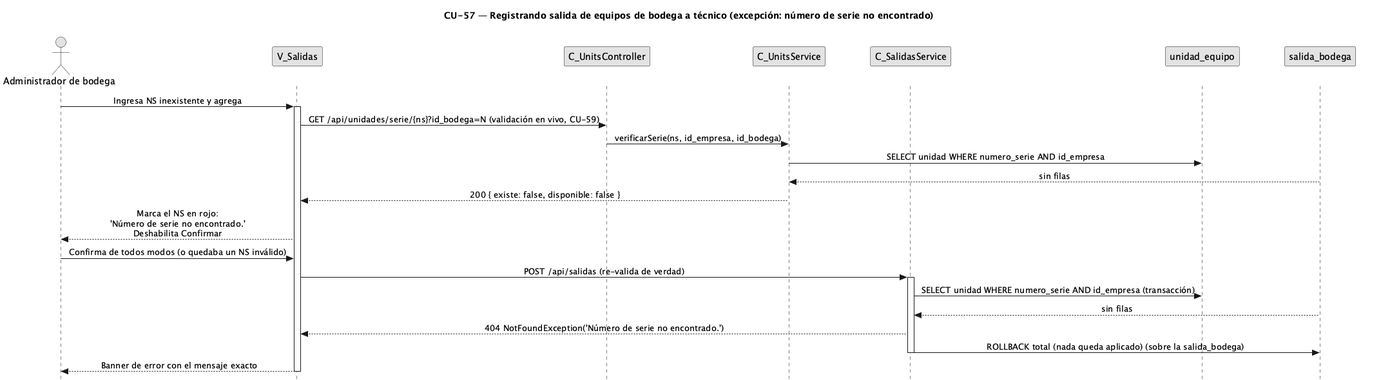
This is diagramas/diagramas-secuencia/CU57/CU57-exc-ns-no-encontrado.png from FSM-Finet-y-Cable-Magico/Team_1-Inventario-y-Bodega, a PlantUML export, as it was before one commit.
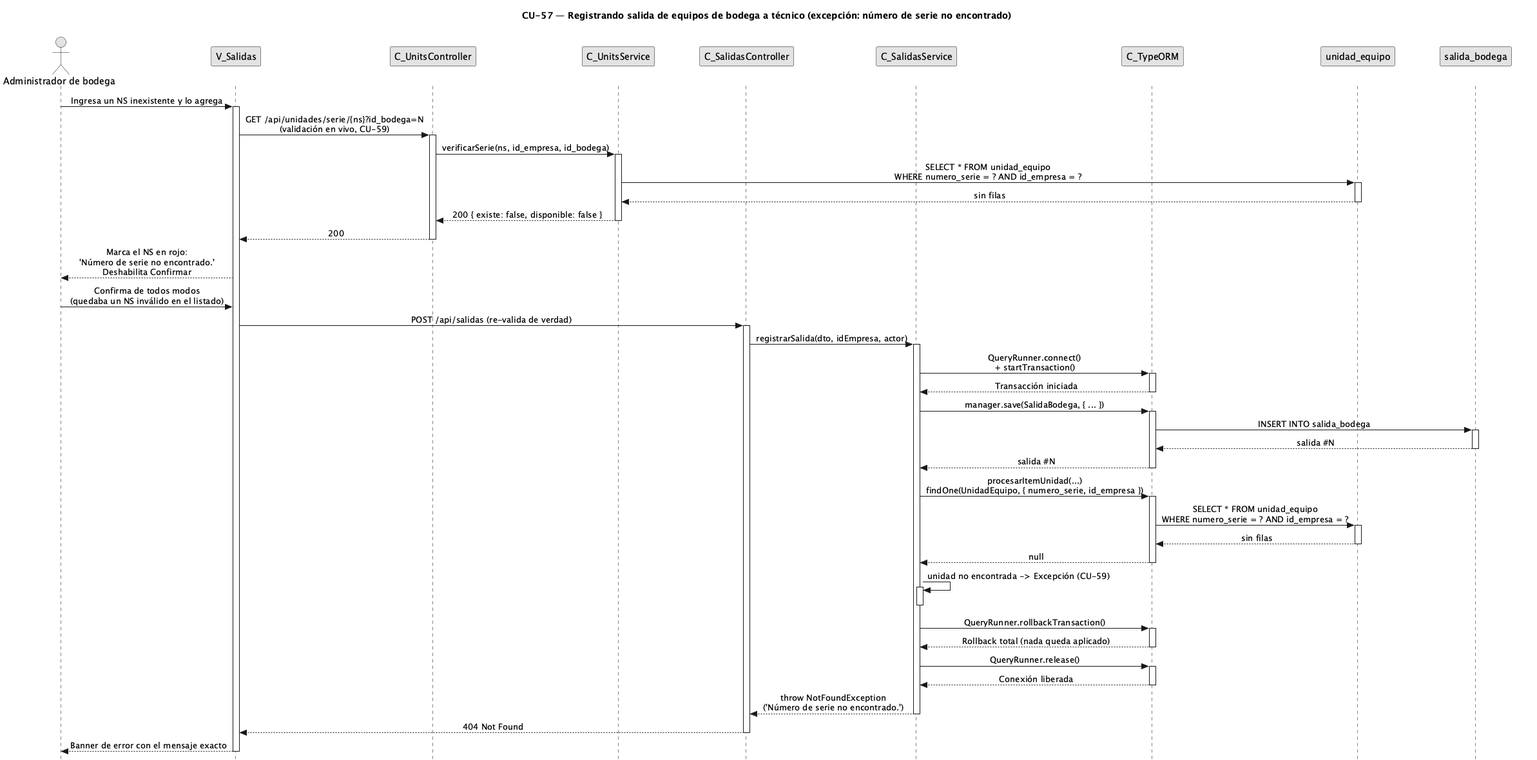
After the commit.

What changed in the source:
```diff
@@ -24,27 +24,85 @@
 participant "V_Salidas" as view
 participant "C_UnitsController" as uctrl
 participant "C_UnitsService" as usvc
+participant "C_SalidasController" as ctrl
 participant "C_SalidasService" as svc
+participant "C_TypeORM" as orm
 participant "unidad_equipo" as uent
 participant "salida_bodega" as sald
 
-user -> view : Ingresa NS inexistente y agrega
+user -> view : Ingresa un NS inexistente y lo agrega
 activate view
-view -> uctrl : GET /api/unidades/serie/{ns}?id_bodega=N (validación en vivo, CU-59)
+
+view -> uctrl : GET /api/unidades/serie/{ns}?id_bodega=N\n(validación en vivo, CU-59)
+activate uctrl
+
 uctrl -> usvc : verificarSerie(ns, id_empresa, id_bodega)
-usvc -> uent : SELECT unidad WHERE numero_serie AND id_empresa
-sald --> usvc : sin filas
-usvc --> view : 200 { existe: false, disponible: false }
+activate usvc
+
+usvc -> uent : SELECT * FROM unidad_equipo\nWHERE numero_serie = ? AND id_empresa = ?
+activate uent
+uent --> usvc : sin filas
+deactivate uent
+
+usvc --> uctrl : 200 { existe: false, disponible: false }
+deactivate usvc
+
+uctrl --> view : 200
+deactivate uctrl
+
 view --> user : Marca el NS en rojo:\n'Número de serie no encontrado.'\nDeshabilita Confirmar
 
-user -> view : Confirma de todos modos (o quedaba un NS inválido)
-view -> svc : POST /api/salidas (re-valida de verdad)
+user -> view : Confirma de todos modos\n(quedaba un NS inválido en el listado)
+
+view -> ctrl : POST /api/salidas (re-valida de verdad)
+activate ctrl
+
+ctrl -> svc : registrarSalida(dto, idEmpresa, actor)
 activate svc
-svc -> uent : SELECT unidad WHERE numero_serie AND id_empresa (transacción)
-sald --> svc : sin filas
-svc --> view : 404 NotFoundException('Número de serie no encontrado.')
-svc -> sald :ROLLBACK total (nada queda aplicado) (sobre la salida_bodega)
+
+svc -> orm : QueryRunner.connect()\n+ startTransaction()
+activate orm
+orm --> svc : Transacción iniciada
+deactivate orm
+
+svc -> orm : manager.save(SalidaBodega, { ... })
+activate orm
+orm -> sald : INSERT INTO salida_bodega
+activate sald
+sald --> orm : salida #N
+deactivate sald
+orm --> svc : salida #N
+deactivate orm
+
+svc -> orm : procesarItemUnidad(...)\nfindOne(UnidadEquipo, { numero_serie, id_empresa })
+activate orm
+orm -> uent : SELECT * FROM unidad_equipo\nWHERE numero_serie = ? AND id_empresa = ?
+activate uent
+uent --> orm : sin filas
+deactivate uent
+orm --> svc : null
+deactivate orm
+
+svc -> svc : unidad no encontrada -> Excepción (CU-59)
+activate svc
 deactivate svc
+
+svc -> orm : QueryRunner.rollbackTransaction()
+activate orm
+orm --> svc : Rollback total (nada queda aplicado)
+deactivate orm
+
+svc -> orm : QueryRunner.release()
+activate orm
+orm --> svc : Conexión liberada
+deactivate orm
+
+svc --> ctrl : throw NotFoundException\n('Número de serie no encontrado.')
+deactivate svc
+
+ctrl --> view : 404 Not Found
+deactivate ctrl
+
 view --> user : Banner de error con el mensaje exacto
 deactivate view
 @enduml
```
